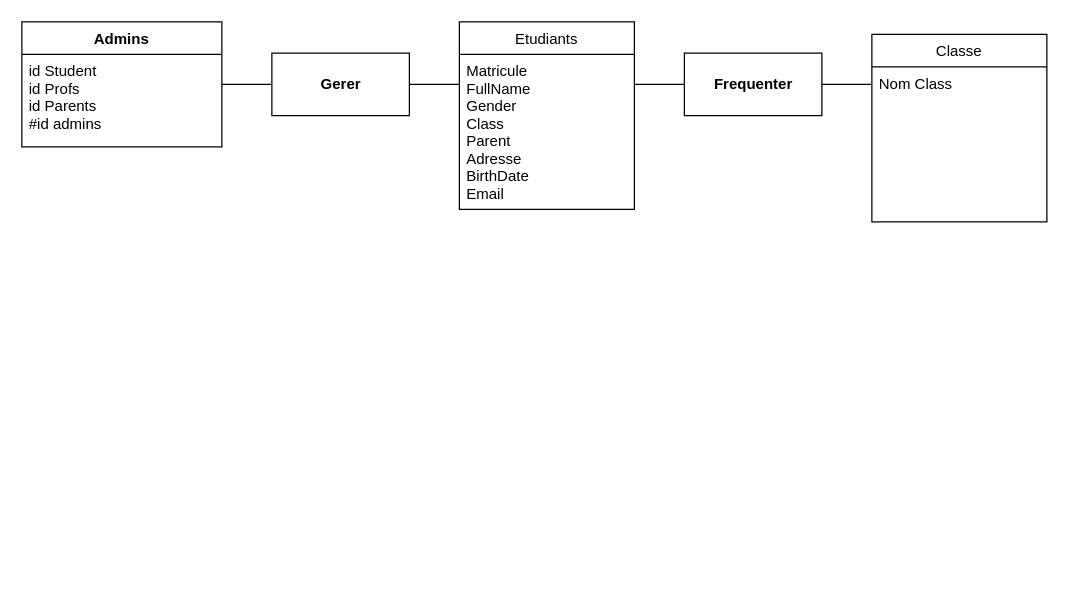
Before: Conceptions/Merise/MLD.drawio in JAMALEEY/Application-de-gestion-d-cole-BETA, a draw.io diagram. Source tidied: cells renumbered, new cells numbered last; positions are measured from the earlier drawing's top-left corner, leaving out a move shared by most shapes. Both pictures are drawn from the tidied source at 125%, with x=0, y=0 at pixel (21, 21).
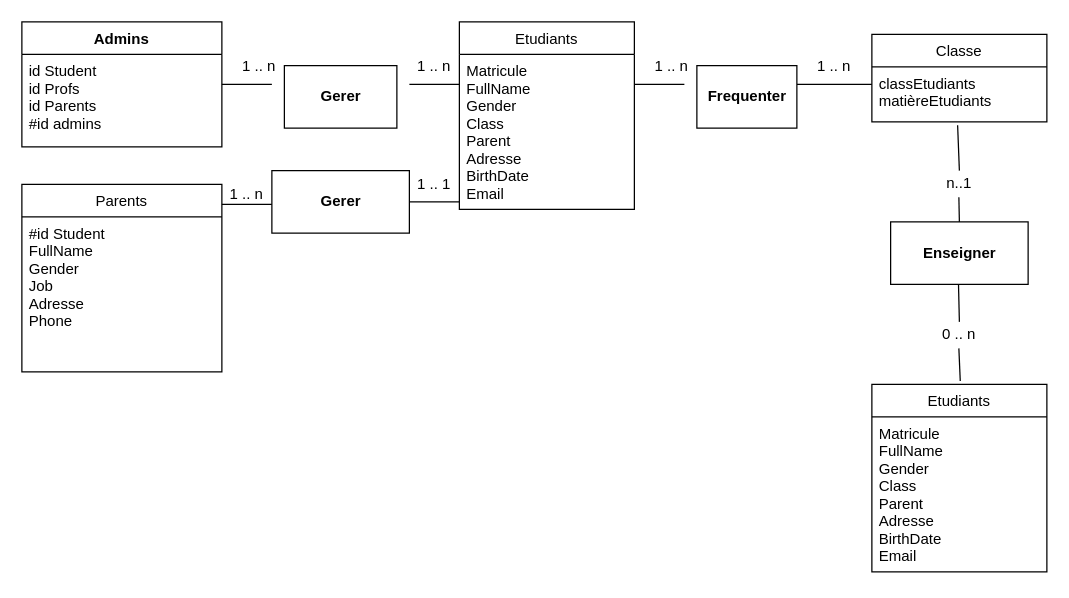
The same diagram, later.

Change to the diagram source:
```diff
@@
     <mxCell id="5" value="&lt;b&gt;Gerer&lt;/b&gt;" style="html=1;" parent="1" vertex="1">
-      <mxGeometry x="200" y="25" width="110" height="50" as="geometry" />
+      <mxGeometry x="200" y="119" width="110" height="50" as="geometry" />
     </mxCell>
@@
-    <mxCell id="10" value="&lt;b&gt;Frequenter&lt;/b&gt;" style="html=1;" parent="1" vertex="1">
-      <mxGeometry x="530" y="25" width="110" height="50" as="geometry" />
+    <mxCell id="10" value="&lt;b&gt;Enseigner&lt;/b&gt;" style="html=1;" parent="1" vertex="1">
+      <mxGeometry x="695" y="160" width="110" height="50" as="geometry" />
     </mxCell>
     <mxCell id="11" style="line;strokeWidth=1;fillColor=none;align=left;verticalAlign=middle;spacingTop=-1;spacingLeft=3;spacingRight=3;labelPosition=right;" parent="1" vertex="1">
-      <mxGeometry x="640" y="46" width="40" height="8" as="geometry" />
+      <mxGeometry x="620" y="46" width="60" height="8" as="geometry" />
     </mxCell>
     <mxCell id="12" value="Classe" style="swimlane;fontStyle=0;horizontal=1;startSize=26;fillColor=none;" parent="1" vertex="1">
-      <mxGeometry x="680" y="10" width="140" height="150" as="geometry" />
+      <mxGeometry x="680" y="10" width="140" height="70" as="geometry" />
     </mxCell>
-    <mxCell id="13" value="Nom Class" style="text;strokeColor=none;fillColor=none;align=left;verticalAlign=top;spacingLeft=4;spacingRight=4;overflow=hidden;points=[[0,0.5],[1,0.5]];portConstraint=eastwest;" parent="12" vertex="1">
-      <mxGeometry y="26" width="140" height="124" as="geometry" />
+    <mxCell id="13" value="classEtudiants&#10;matièreEtudiants&#10;" style="text;strokeColor=none;fillColor=none;align=left;verticalAlign=top;spacingLeft=4;spacingRight=4;overflow=hidden;points=[[0,0.5],[1,0.5]];portConstraint=eastwest;" parent="12" vertex="1">
+      <mxGeometry y="26" width="140" height="44" as="geometry" />
     </mxCell>
+    <mxCell id="14" value="&lt;b&gt;Frequenter&lt;/b&gt;" style="html=1;" parent="1" vertex="1">
+      <mxGeometry x="540" y="35" width="80" height="50" as="geometry" />
+    </mxCell>
+    <mxCell id="15" style="endArrow=none;html=1;entryX=0.49;entryY=1.061;entryDx=0;entryDy=0;entryPerimeter=0;exitX=0.5;exitY=0;exitDx=0;exitDy=0;" parent="1" edge="1" source="28" target="13">
+      <mxGeometry relative="1" as="geometry" />
+    </mxCell>
+    <mxCell id="16" style="endArrow=none;html=1;entryX=0.49;entryY=1.061;entryDx=0;entryDy=0;entryPerimeter=0;exitX=0.5;exitY=0;exitDx=0;exitDy=0;" parent="1" edge="1" source="31">
+      <mxGeometry relative="1" as="geometry">
+        <mxPoint x="749.3" y="210" as="targetPoint" />
+      </mxGeometry>
+    </mxCell>
+    <mxCell id="17" value="Etudiants" style="swimlane;fontStyle=0;horizontal=1;startSize=26;fillColor=none;" parent="1" vertex="1">
+      <mxGeometry x="680" y="290" width="140" height="150" as="geometry" />
+    </mxCell>
+    <mxCell id="18" value="Matricule&#10;FullName&#10;Gender&#10;Class&#10;Parent&#10;Adresse&#10;BirthDate&#10;Email&#10;" style="text;strokeColor=none;fillColor=none;align=left;verticalAlign=top;spacingLeft=4;spacingRight=4;overflow=hidden;" parent="17" vertex="1">
+      <mxGeometry y="26" width="140" height="124" as="geometry" />
+    </mxCell>
+    <mxCell id="19" value="Parents" style="swimlane;fontStyle=0;horizontal=1;startSize=26;fillColor=none;" parent="1" vertex="1">
+      <mxGeometry y="130" width="160" height="150" as="geometry" />
+    </mxCell>
+    <mxCell id="20" value="#id Student&#10;FullName&#10;Gender&#10;Job&#10;Adresse&#10;Phone" style="text;strokeColor=none;fillColor=none;align=left;verticalAlign=top;spacingLeft=4;spacingRight=4;overflow=hidden;" parent="19" vertex="1">
+      <mxGeometry y="26" width="160" height="124" as="geometry" />
+    </mxCell>
+    <mxCell id="21" value="&lt;b&gt;Gerer&lt;/b&gt;" style="html=1;" parent="1" vertex="1">
+      <mxGeometry x="210" y="35" width="90" height="50" as="geometry" />
+    </mxCell>
+    <mxCell id="22" style="line;strokeWidth=1;fillColor=none;align=left;verticalAlign=middle;spacingTop=-1;spacingLeft=3;spacingRight=3;labelPosition=right;" parent="1" vertex="1">
+      <mxGeometry x="310" y="140" width="40" height="8" as="geometry" />
+    </mxCell>
+    <mxCell id="23" style="line;strokeWidth=1;fillColor=none;align=left;verticalAlign=middle;spacingTop=-1;spacingLeft=3;spacingRight=3;labelPosition=right;" parent="1" vertex="1">
+      <mxGeometry x="160" y="142" width="40" height="8" as="geometry" />
+    </mxCell>
+    <mxCell id="24" value="1 .. n" style="text;html=1;strokeColor=none;fillColor=none;align=center;verticalAlign=middle;whiteSpace=wrap;rounded=0;" parent="1" vertex="1">
+      <mxGeometry x="170" y="26" width="40" height="20" as="geometry" />
+    </mxCell>
+    <mxCell id="25" value="1 .. n" style="text;html=1;strokeColor=none;fillColor=none;align=center;verticalAlign=middle;whiteSpace=wrap;rounded=0;" parent="1" vertex="1">
+      <mxGeometry x="310" y="26" width="40" height="20" as="geometry" />
+    </mxCell>
+    <mxCell id="26" value="1 .. n" style="text;html=1;strokeColor=none;fillColor=none;align=center;verticalAlign=middle;whiteSpace=wrap;rounded=0;" parent="1" vertex="1">
+      <mxGeometry x="500" y="26" width="40" height="20" as="geometry" />
+    </mxCell>
+    <mxCell id="27" value="1 .. n" style="text;html=1;strokeColor=none;fillColor=none;align=center;verticalAlign=middle;whiteSpace=wrap;rounded=0;" parent="1" vertex="1">
+      <mxGeometry x="630" y="26" width="40" height="20" as="geometry" />
+    </mxCell>
+    <mxCell id="28" value="n..1" style="text;html=1;strokeColor=none;fillColor=none;align=center;verticalAlign=middle;whiteSpace=wrap;rounded=0;" parent="1" vertex="1">
+      <mxGeometry x="730" y="119" width="40" height="20" as="geometry" />
+    </mxCell>
+    <mxCell id="29" style="endArrow=none;html=1;entryX=0.49;entryY=1.061;entryDx=0;entryDy=0;entryPerimeter=0;exitX=0.5;exitY=0;exitDx=0;exitDy=0;" parent="1" edge="1" source="10" target="28">
+      <mxGeometry relative="1" as="geometry" />
+    </mxCell>
+    <mxCell id="30" value="1 .. 1" style="text;html=1;strokeColor=none;fillColor=none;align=center;verticalAlign=middle;whiteSpace=wrap;rounded=0;" parent="1" vertex="1">
+      <mxGeometry x="310" y="120" width="40" height="20" as="geometry" />
+    </mxCell>
+    <mxCell id="31" value="0 .. n" style="text;html=1;strokeColor=none;fillColor=none;align=center;verticalAlign=middle;whiteSpace=wrap;rounded=0;" parent="1" vertex="1">
+      <mxGeometry x="730" y="240" width="40" height="20" as="geometry" />
+    </mxCell>
+    <mxCell id="32" style="endArrow=none;html=1;entryX=0.49;entryY=1.061;entryDx=0;entryDy=0;entryPerimeter=0;exitX=0.5;exitY=0;exitDx=0;exitDy=0;" parent="1" edge="1" target="31">
+      <mxGeometry relative="1" as="geometry">
+        <mxPoint x="750.7" y="287.3" as="sourcePoint" />
+      </mxGeometry>
+    </mxCell>
+    <mxCell id="33" value="1 .. n" style="text;html=1;strokeColor=none;fillColor=none;align=center;verticalAlign=middle;whiteSpace=wrap;rounded=0;" parent="1" vertex="1">
+      <mxGeometry x="160" y="128" width="40" height="20" as="geometry" />
+    </mxCell>
```
